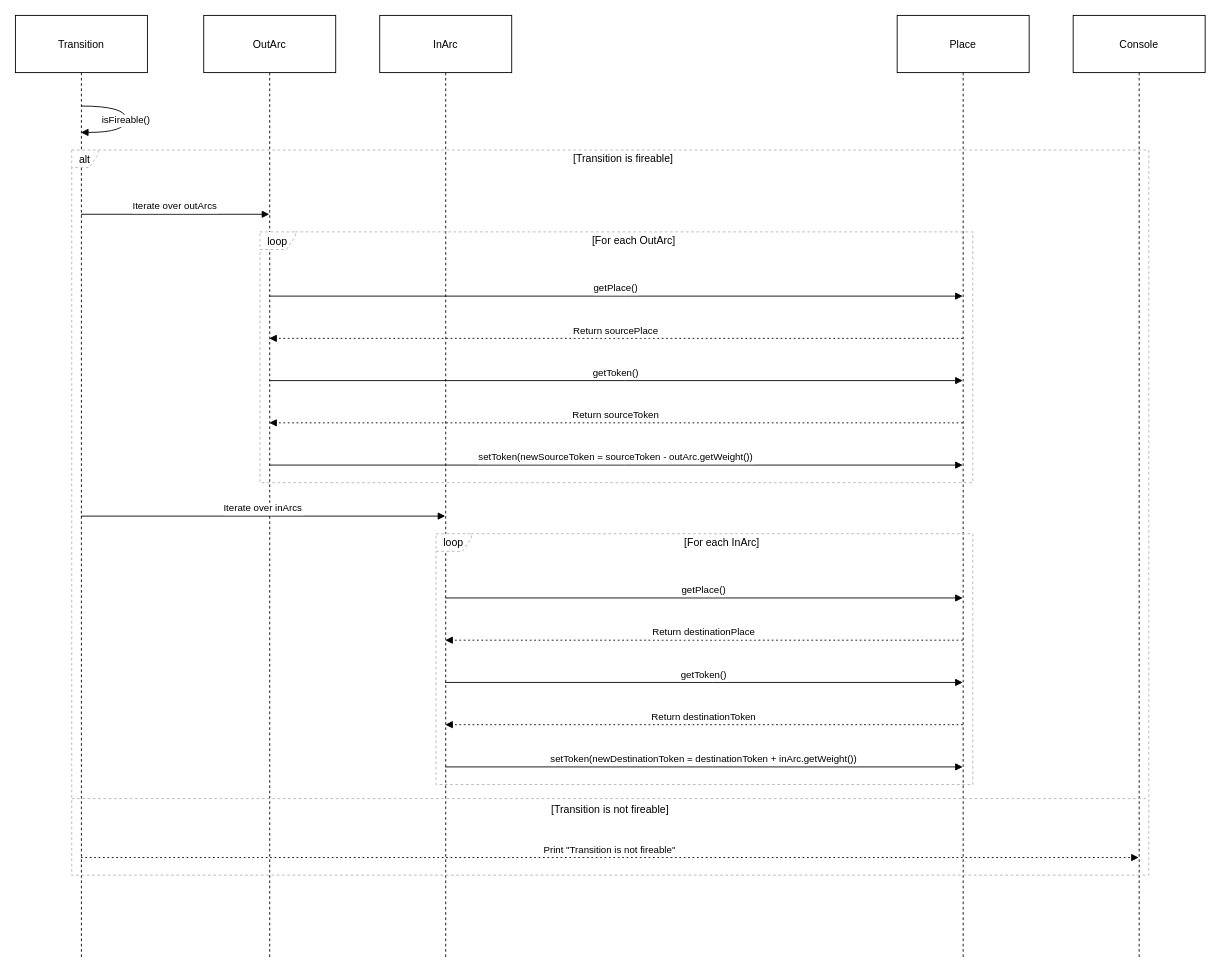
Before: page "Sequence Diagram 3" (6 of 6) of Docs/Modelling/PetriNetwork.drawio in MRJPEREZR/PetriNetwork, a draw.io diagram. Source tidied: cells renumbered, new cells numbered last; positions are measured from the earlier drawing's top-left corner, leaving out a move shared by most shapes. Both pictures are drawn from the tidied source at 88%, with x=0, y=0 at pixel (15, 15).
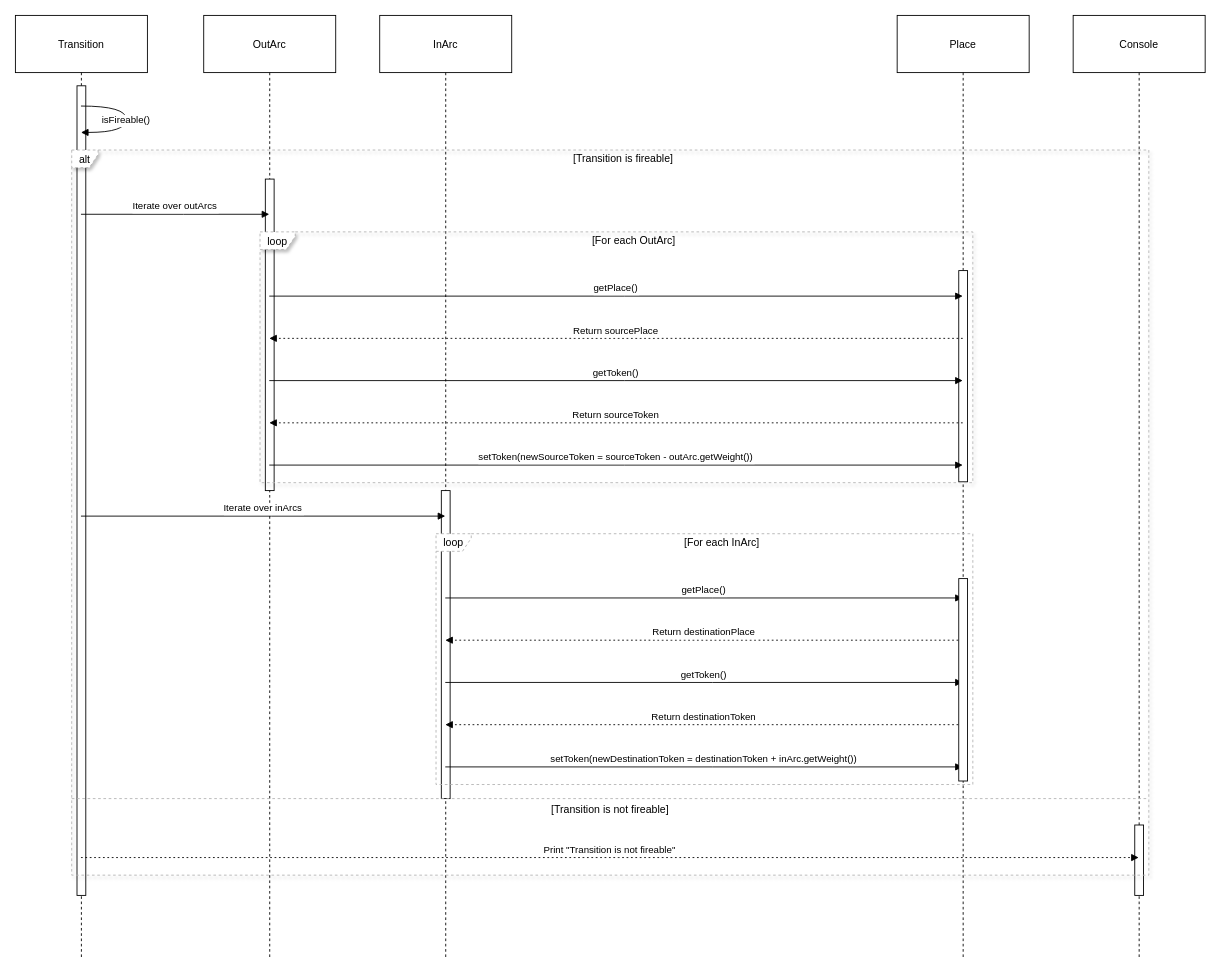
The same page after the edit.

The change refers to these unchanged cells:
```xml
<mxCell id="2" value="Transition" style="shape=umlLifeline;perimeter=lifelinePerimeter;whiteSpace=wrap;outlineConnect=0;portConstraint=eastwest;newEdgeStyle={&quot;edgeStyle&quot;:&quot;elbowEdgeStyle&quot;,&quot;elbow&quot;:&quot;vertical&quot;,&quot;curved&quot;:0,&quot;rounded&quot;:0};size=65;" parent="1" vertex="1">
  <mxGeometry width="150" height="1072" as="geometry" />
</mxCell>
<mxCell id="3" value="OutArc" style="shape=umlLifeline;perimeter=lifelinePerimeter;whiteSpace=wrap;outlineConnect=0;portConstraint=eastwest;newEdgeStyle={&quot;edgeStyle&quot;:&quot;elbowEdgeStyle&quot;,&quot;elbow&quot;:&quot;vertical&quot;,&quot;curved&quot;:0,&quot;rounded&quot;:0};size=65;" parent="1" vertex="1">
  <mxGeometry x="214" width="150" height="1072" as="geometry" />
</mxCell>
<mxCell id="4" value="InArc" style="shape=umlLifeline;perimeter=lifelinePerimeter;whiteSpace=wrap;outlineConnect=0;portConstraint=eastwest;newEdgeStyle={&quot;edgeStyle&quot;:&quot;elbowEdgeStyle&quot;,&quot;elbow&quot;:&quot;vertical&quot;,&quot;curved&quot;:0,&quot;rounded&quot;:0};size=65;" parent="1" vertex="1">
  <mxGeometry x="414" width="150" height="1072" as="geometry" />
</mxCell>
<mxCell id="5" value="Place" style="shape=umlLifeline;perimeter=lifelinePerimeter;whiteSpace=wrap;outlineConnect=0;portConstraint=eastwest;newEdgeStyle={&quot;edgeStyle&quot;:&quot;elbowEdgeStyle&quot;,&quot;elbow&quot;:&quot;vertical&quot;,&quot;curved&quot;:0,&quot;rounded&quot;:0};size=65;" parent="1" vertex="1">
  <mxGeometry x="1002" width="150" height="1072" as="geometry" />
</mxCell>
<mxCell id="6" value="Console" style="shape=umlLifeline;perimeter=lifelinePerimeter;whiteSpace=wrap;outlineConnect=0;portConstraint=eastwest;newEdgeStyle={&quot;edgeStyle&quot;:&quot;elbowEdgeStyle&quot;,&quot;elbow&quot;:&quot;vertical&quot;,&quot;curved&quot;:0,&quot;rounded&quot;:0};size=65;" parent="1" vertex="1">
  <mxGeometry x="1202" width="150" height="1072" as="geometry" />
</mxCell>
```

The edit, as a diff of the source:
```diff
@@
+    <mxCell id="28" style="html=1;perimeter=orthogonalPerimeter;targetShapes=umlLifeline;newEdgeStyle={&quot;curved&quot;:0,&quot;rounded&quot;:0};" parent="2" vertex="1">
+      <mxGeometry x="70" y="80" width="10" height="920" as="geometry" />
+    </mxCell>
@@
+    <mxCell id="29" style="html=1;perimeter=orthogonalPerimeter;targetShapes=umlLifeline;newEdgeStyle={&quot;curved&quot;:0,&quot;rounded&quot;:0};" parent="3" vertex="1">
+      <mxGeometry x="70" y="186" width="10" height="354" as="geometry" />
+    </mxCell>
@@
+    <mxCell id="30" style="html=1;perimeter=orthogonalPerimeter;targetShapes=umlLifeline;newEdgeStyle={&quot;curved&quot;:0,&quot;rounded&quot;:0};" parent="4" vertex="1">
+      <mxGeometry x="70" y="540" width="10" height="350" as="geometry" />
+    </mxCell>
@@
+    <mxCell id="31" style="html=1;perimeter=orthogonalPerimeter;targetShapes=umlLifeline;newEdgeStyle={&quot;curved&quot;:0,&quot;rounded&quot;:0};" parent="5" vertex="1">
+      <mxGeometry x="70" y="290" width="10" height="240" as="geometry" />
+    </mxCell>
@@
+    <mxCell id="32" style="html=1;perimeter=orthogonalPerimeter;targetShapes=umlLifeline;newEdgeStyle={&quot;curved&quot;:0,&quot;rounded&quot;:0};" parent="6" vertex="1">
+      <mxGeometry x="70" y="920" width="10" height="80" as="geometry" />
+    </mxCell>
-    <mxCell id="7" value="loop" style="shape=umlFrame;dashed=1;strokeColor=#B3B3B3;height=20;width=40;" parent="1" vertex="1">
+    <mxCell id="7" value="loop" style="shape=umlFrame;dashed=1;strokeColor=#B3B3B3;height=20;width=40;shadow=1;" parent="1" vertex="1">
       <mxGeometry x="278" y="246" width="810" height="285" as="geometry" />
     </mxCell>
@@
-    <mxCell id="11" value="alt" style="shape=umlFrame;dashed=1;strokeColor=#B3B3B3;height=20;width=30;" parent="1" vertex="1">
+    <mxCell id="11" value="alt" style="shape=umlFrame;dashed=1;strokeColor=#B3B3B3;height=20;width=30;shadow=1;" parent="1" vertex="1">
       <mxGeometry x="64" y="153" width="1224" height="824" as="geometry" />
     </mxCell>
@@
+    <mxCell id="33" style="html=1;perimeter=orthogonalPerimeter;targetShapes=umlLifeline;newEdgeStyle={&quot;curved&quot;:0,&quot;rounded&quot;:0};" parent="1" vertex="1">
+      <mxGeometry x="1072" y="640" width="10" height="230" as="geometry" />
+    </mxCell>
```
